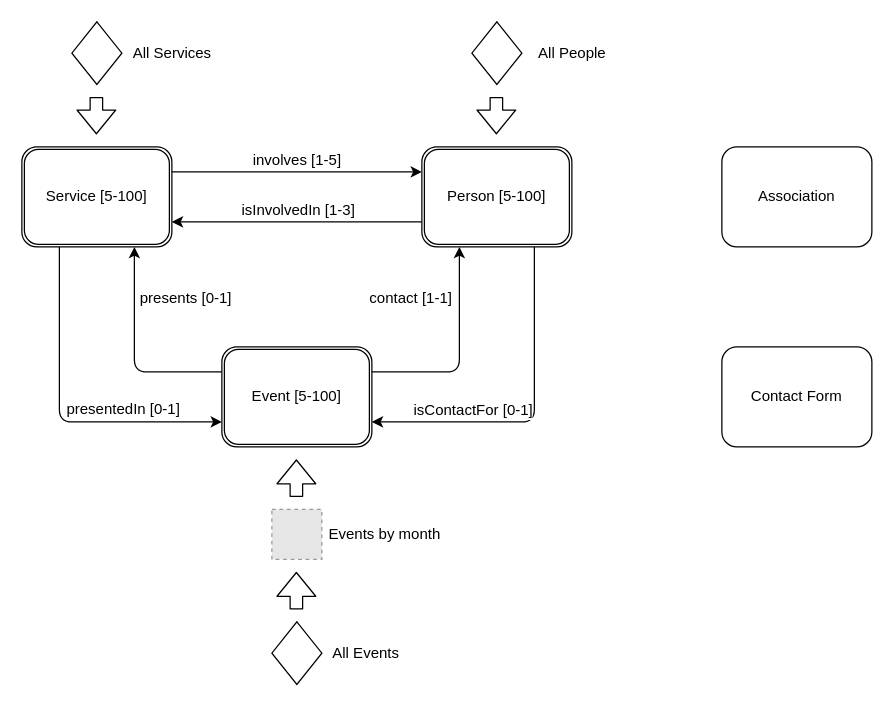
Before: DesignDocument/diagrams/C-IDM.drawio in Alenichel/CodiglioniDellOglioNichelini-HypermediaProject, a draw.io diagram. Source tidied: cells renumbered, new cells numbered last; positions are measured from the earlier drawing's top-left corner, leaving out a move shared by most shapes. Both pictures are drawn from the tidied source at 125%, with x=0, y=0 at pixel (21, 21). Pictures stored in the file or linked from it are replaced by grey dashed boxes.
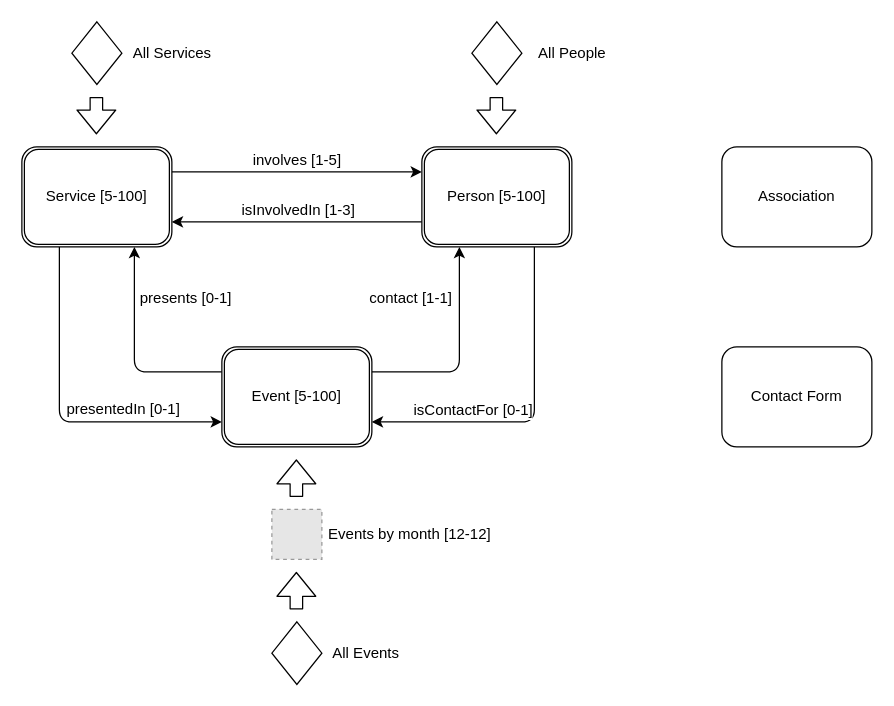
The same page after the edit.

Diff of the diagram source:
```diff
@@
-    <mxCell id="26" value="Events by month" style="text;html=1;align=center;verticalAlign=middle;" parent="1" vertex="1">
-      <mxGeometry x="240" y="400" width="100" height="20" as="geometry" />
+    <mxCell id="26" value="Events by month [12-12]" style="text;html=1;align=center;verticalAlign=middle;" parent="1" vertex="1">
+      <mxGeometry x="240" y="400" width="140" height="20" as="geometry" />
     </mxCell>
```
